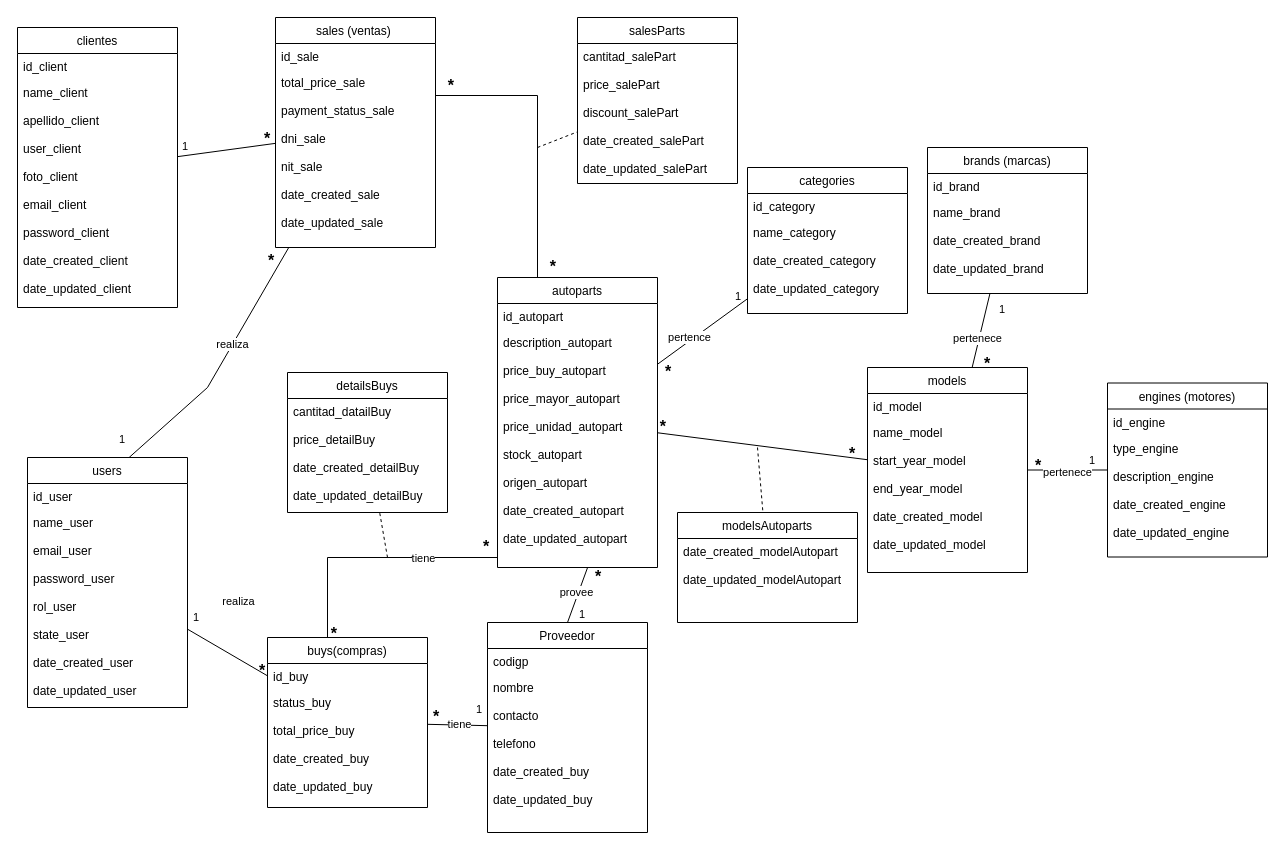
PitterQuenallata/automotivosCrisTienda keeps this draw.io diagram as modelo conceptual.drawio. Above is the earlier version. Source tidied: cells renumbered, new cells numbered last; positions are measured from the earlier drawing's top-left corner, leaving out a move shared by most shapes. Both pictures are drawn from the tidied source at 100%, with x=0, y=0 at pixel (17, 17).
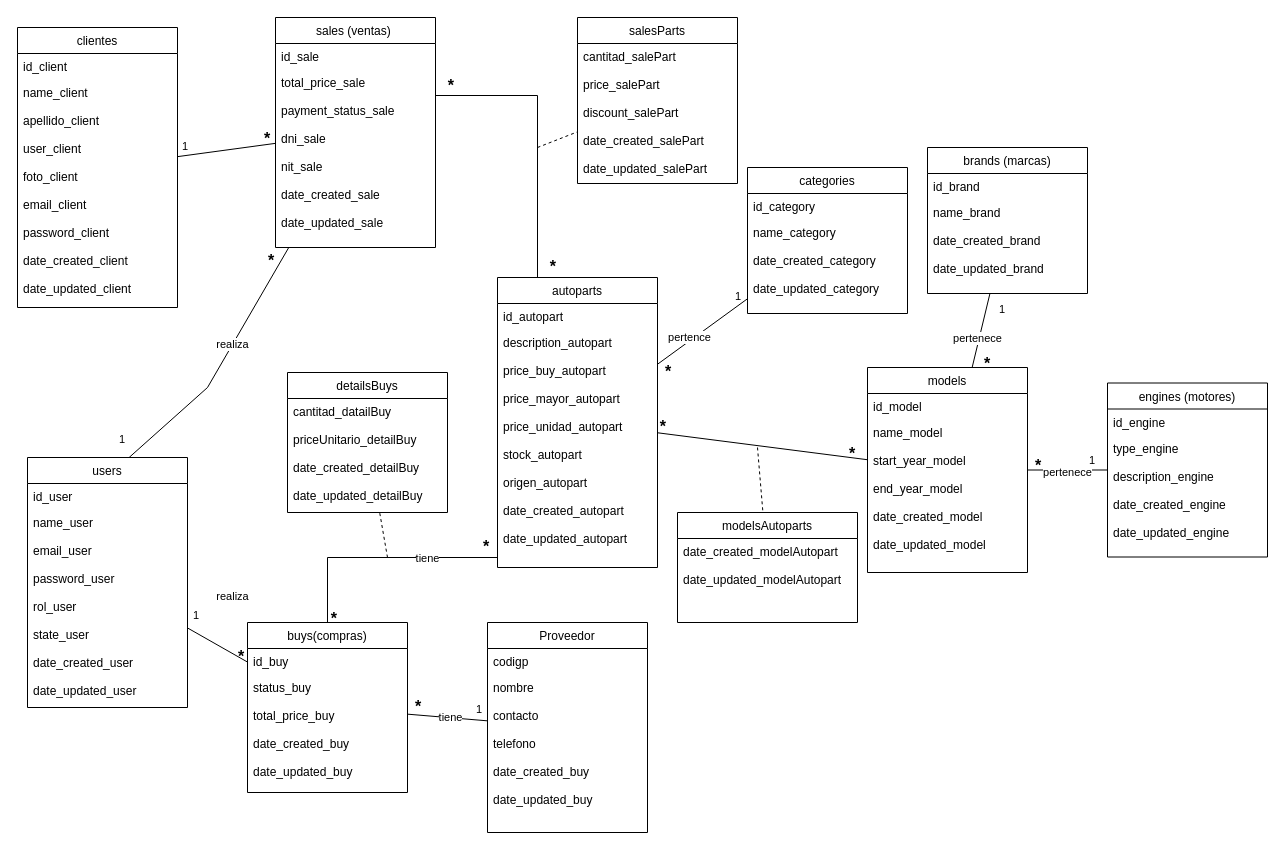
Above is the later version.

The change refers to these unchanged cells:
```xml
<mxCell id="50" value="detailsBuys" style="swimlane;fontStyle=0;align=center;verticalAlign=top;horizontal=1;startSize=26;rounded=0;shadow=0;strokeWidth=1;" parent="1" vertex="1">
  <mxGeometry x="270" y="355" width="160" height="140" as="geometry" />
</mxCell>
<mxCell id="65" value="date_updated_autopart" style="text;align=left;verticalAlign=top;spacingLeft=4;spacingRight=4;overflow=hidden;points=[[0,0.5],[1,0.5]];portConstraint=eastwest;rounded=0;shadow=0;html=0;" parent="56" vertex="1">
  <mxGeometry y="248" width="160" height="42" as="geometry" />
</mxCell>
<mxCell id="120" value="Proveedor" style="swimlane;fontStyle=0;align=center;verticalAlign=top;horizontal=1;startSize=26;rounded=0;shadow=0;strokeWidth=1;" parent="1" vertex="1">
  <mxGeometry x="470" y="605" width="160" height="210" as="geometry" />
</mxCell>
```

The edit, as a diff of the source:
```diff
@@
     <mxCell id="44" value="buys(compras)" style="swimlane;fontStyle=0;align=center;verticalAlign=top;horizontal=1;startSize=26;rounded=0;shadow=0;strokeWidth=1;" parent="1" vertex="1">
-      <mxGeometry x="250" y="620" width="160" height="170" as="geometry" />
+      <mxGeometry x="230" y="605" width="160" height="170" as="geometry" />
     </mxCell>
@@
-    <mxCell id="52" value="price_detailBuy" style="text;align=left;verticalAlign=top;spacingLeft=4;spacingRight=4;overflow=hidden;rounded=0;shadow=0;html=0;" parent="50" vertex="1">
+    <mxCell id="52" value="priceUnitario_detailBuy" style="text;align=left;verticalAlign=top;spacingLeft=4;spacingRight=4;overflow=hidden;rounded=0;shadow=0;html=0;" parent="50" vertex="1">
       <mxGeometry y="54" width="160" height="28" as="geometry" />
     </mxCell>
@@
-    <mxCell id="127" style="endArrow=none;html=1;rounded=0;entryX=0.5;entryY=0;entryDx=0;entryDy=0;exitX=0.563;exitY=1;exitDx=0;exitDy=0;exitPerimeter=0;" parent="1" edge="1" source="65" target="120">
-      <mxGeometry relative="1" as="geometry" />
-    </mxCell>
-    <mxCell id="128" value="provee" style="edgeLabel;html=1;align=center;verticalAlign=middle;" parent="127" vertex="1">
-      <mxGeometry x="-0.07" y="-2" relative="1" as="geometry" />
-    </mxCell>
@@
     <mxCell id="131" value="*" style="html=1;whiteSpace=wrap;align=center;verticalAlign=bottom;fontFamily=Helvetica;fontSize=16;fontColor=default;labelBackgroundColor=none;spacing=2;fontStyle=1;" parent="1" vertex="1">
-      <mxGeometry x="418" y="710" as="geometry" />
+      <mxGeometry x="400" y="700" as="geometry" />
     </mxCell>
@@
-    <mxCell id="133" value="1" style="html=1;whiteSpace=wrap;align=left;verticalAlign=bottom;fontFamily=Helvetica;fontSize=11;fontColor=default;labelBackgroundColor=default;" parent="1" vertex="1">
-      <mxGeometry x="560" y="605" as="geometry" />
-    </mxCell>
-    <mxCell id="134" value="*" style="html=1;whiteSpace=wrap;align=center;verticalAlign=bottom;fontFamily=Helvetica;fontSize=16;fontColor=default;labelBackgroundColor=none;spacing=2;fontStyle=1;" parent="1" vertex="1">
-      <mxGeometry x="580" y="570" as="geometry" />
-    </mxCell>
```
